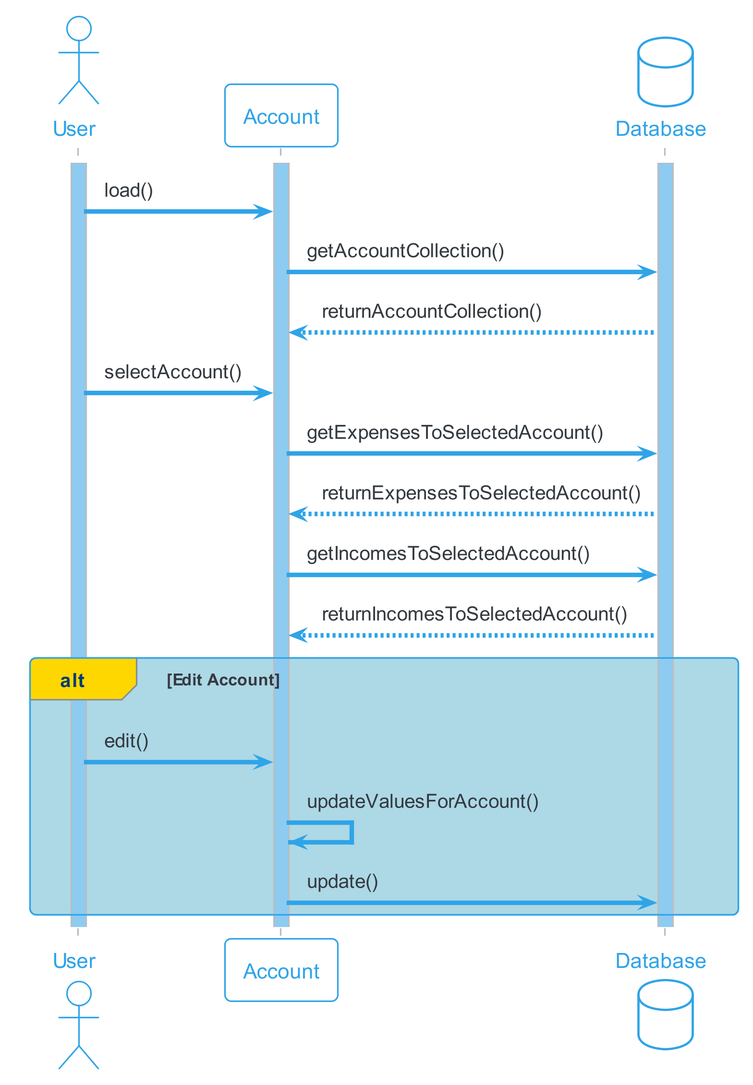
This is docs/content/diagrams/out/sequenzdiagram/kontoAnsehenBearbeiten/KontoAnsehenBearbeiten.png from sirtheta/ImmoGlobal_Semesterarbeit, a PlantUML export, as it was before one commit.
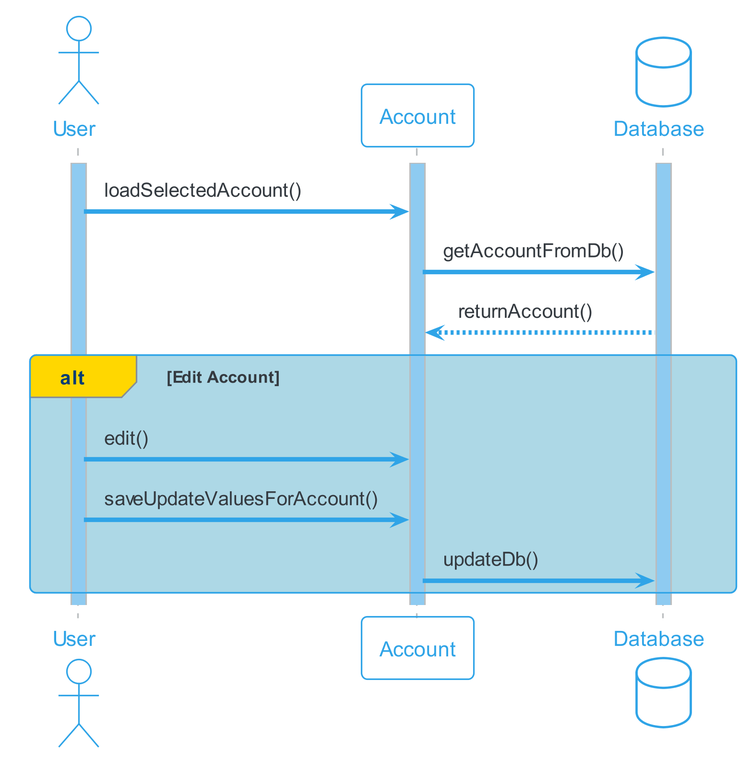
After the change.

Change to the diagram source:
```diff
@@ -13,18 +13,12 @@
 database Database as db
 activate db
 activate acc
-user -> acc : load()
-acc -> db : getAccountCollection()
-db --> acc : returnAccountCollection()
-user -> acc : selectAccount()
-acc -> db : getExpensesToSelectedAccount()
-db --> acc : returnExpensesToSelectedAccount()
-acc -> db : getIncomesToSelectedAccount()
-db --> acc : returnIncomesToSelectedAccount()
+user -> acc : loadSelectedAccount()
+acc -> db : getAccountFromDb()
+db --> acc : returnAccount()
 alt#Gold #LightBlue Edit Account
 user -> acc : edit()
-acc ->acc : updateValuesForAccount()
-acc ->db : update()
+user ->acc : saveUpdateValuesForAccount()
+acc ->db : updateDb()
 end
-
 @enduml
```
